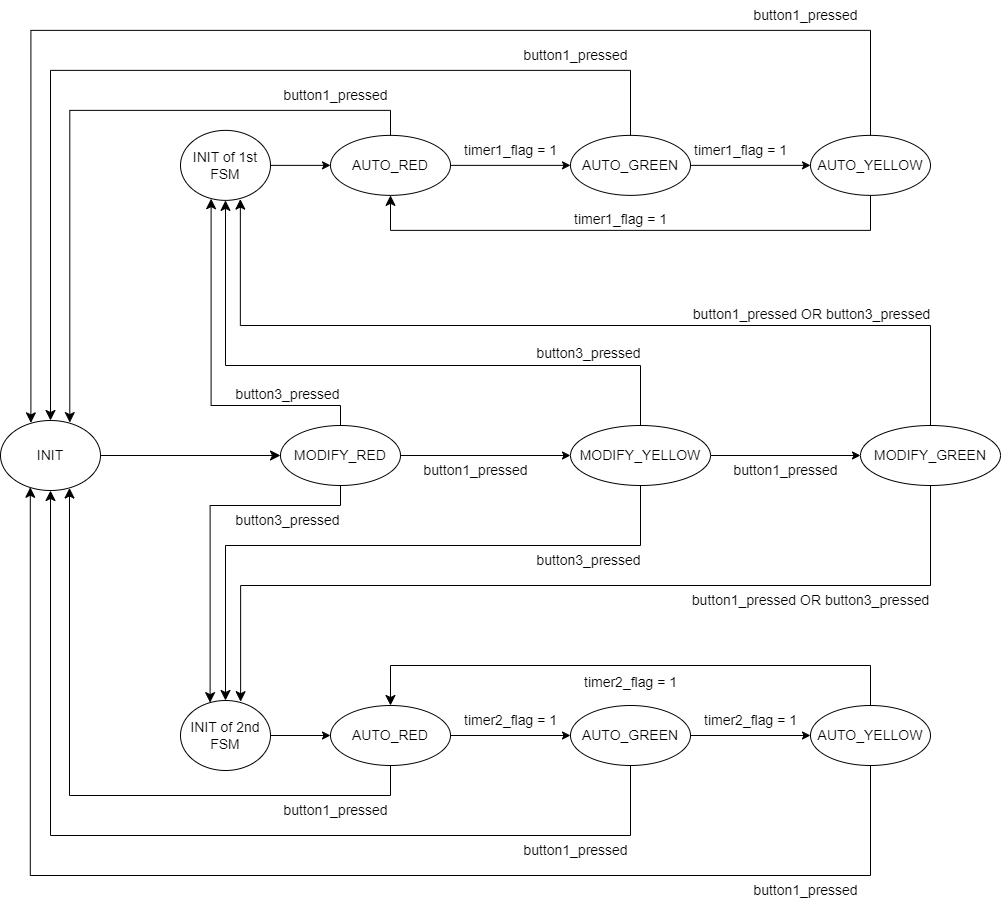
This is fsm-system.png from Germanyy0410/STM32_LAB3, a draw.io export, as it was before one commit. Source tidied: cells renumbered, new cells last; positions are measured from the earlier drawing's top-left corner, leaving out a move shared by most shapes.
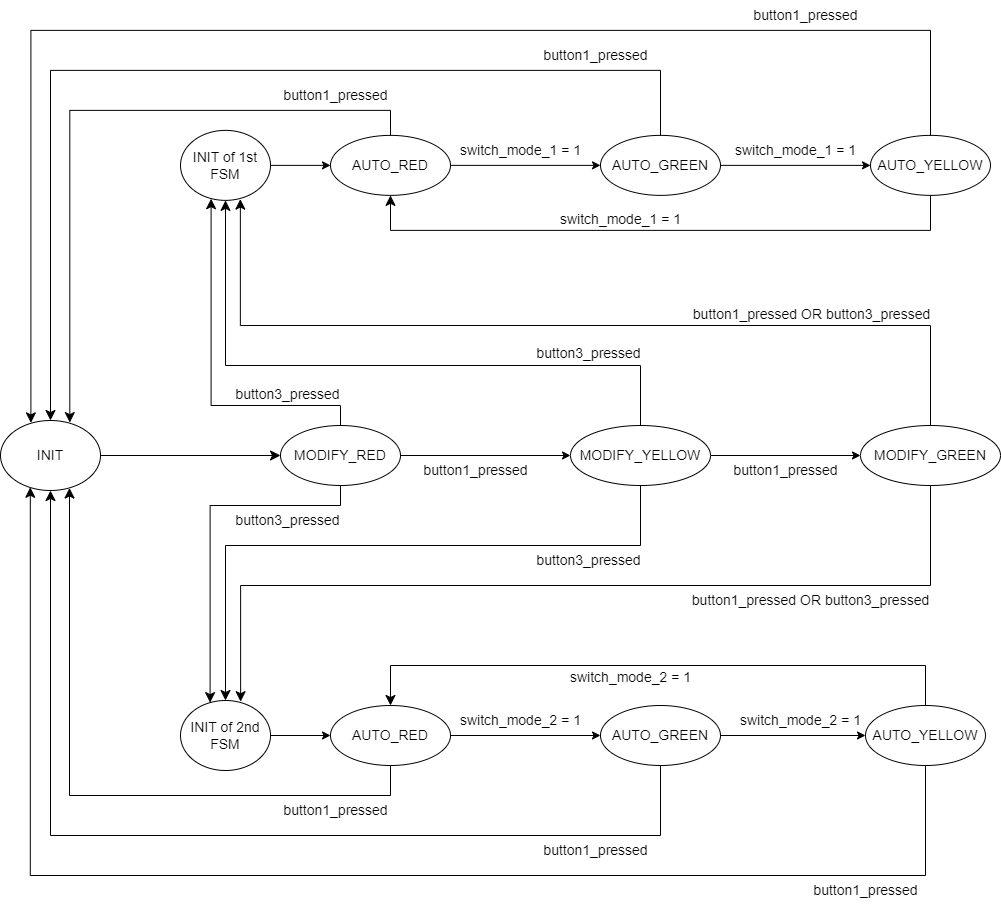
Later version of the same file.

Change to the diagram source:
```diff
@@ -12,10 +12,10 @@
       <mxGeometry relative="1" as="geometry" />
     </mxCell>
     <mxCell id="5" value="AUTO_GREEN" style="ellipse;whiteSpace=wrap;html=1;fontSize=14;" parent="1" vertex="1">
-      <mxGeometry x="570" y="174.9" width="120" height="60" as="geometry" />
+      <mxGeometry x="600" y="174.9" width="120" height="60" as="geometry" />
     </mxCell>
     <mxCell id="6" value="AUTO_YELLOW" style="ellipse;whiteSpace=wrap;html=1;fontSize=14;" parent="1" vertex="1">
-      <mxGeometry x="810" y="174.9" width="120" height="60" as="geometry" />
+      <mxGeometry x="870" y="174.9" width="120" height="60" as="geometry" />
     </mxCell>
     <mxCell id="7" style="edgeStyle=none;html=1;fontSize=14;" parent="1" edge="1" source="8" target="10">
       <mxGeometry relative="1" as="geometry" />
@@ -27,10 +27,10 @@
       <mxGeometry relative="1" as="geometry" />
     </mxCell>
     <mxCell id="10" value="AUTO_GREEN" style="ellipse;whiteSpace=wrap;html=1;fontSize=14;" parent="1" vertex="1">
-      <mxGeometry x="570" y="745" width="120" height="60" as="geometry" />
+      <mxGeometry x="600" y="745" width="120" height="60" as="geometry" />
     </mxCell>
     <mxCell id="11" value="AUTO_YELLOW" style="ellipse;whiteSpace=wrap;html=1;fontSize=14;" parent="1" vertex="1">
-      <mxGeometry x="810" y="745" width="120" height="60" as="geometry" />
+      <mxGeometry x="865" y="745" width="120" height="60" as="geometry" />
     </mxCell>
     <mxCell id="12" style="edgeStyle=none;html=1;fontSize=14;" parent="1" edge="1" source="13" target="3">
       <mxGeometry relative="1" as="geometry" />
@@ -47,17 +47,17 @@
     <mxCell id="16" value="INIT" style="ellipse;whiteSpace=wrap;html=1;fontSize=14;" parent="1" vertex="1">
       <mxGeometry y="460" width="100" height="70" as="geometry" />
     </mxCell>
-    <mxCell id="17" value="timer1_flag = 1" style="text;html=1;align=center;verticalAlign=middle;strokeColor=none;fillColor=none;fontSize=14;" parent="1" vertex="1">
-      <mxGeometry x="450" y="174.9" width="120" height="30" as="geometry" />
+    <mxCell id="17" value="switch_mode_1 = 1" style="text;html=1;align=center;verticalAlign=middle;strokeColor=none;fillColor=none;fontSize=14;" parent="1" vertex="1">
+      <mxGeometry x="450" y="174.9" width="140" height="30" as="geometry" />
     </mxCell>
-    <mxCell id="18" value="timer1_flag = 1" style="text;html=1;align=center;verticalAlign=middle;strokeColor=none;fillColor=none;fontSize=14;" parent="1" vertex="1">
-      <mxGeometry x="680" y="174.9" width="120" height="30" as="geometry" />
+    <mxCell id="18" value="switch_mode_1 = 1" style="text;html=1;align=center;verticalAlign=middle;strokeColor=none;fillColor=none;fontSize=14;" parent="1" vertex="1">
+      <mxGeometry x="725" y="174.9" width="140" height="30" as="geometry" />
     </mxCell>
-    <mxCell id="19" value="timer2_flag = 1" style="text;html=1;align=center;verticalAlign=middle;strokeColor=none;fillColor=none;fontSize=14;" parent="1" vertex="1">
-      <mxGeometry x="450" y="745" width="120" height="30" as="geometry" />
+    <mxCell id="19" value="switch_mode_2 = 1" style="text;html=1;align=center;verticalAlign=middle;strokeColor=none;fillColor=none;fontSize=14;" parent="1" vertex="1">
+      <mxGeometry x="450" y="745" width="140" height="30" as="geometry" />
     </mxCell>
-    <mxCell id="20" value="timer2_flag = 1" style="text;html=1;align=center;verticalAlign=middle;strokeColor=none;fillColor=none;fontSize=14;" parent="1" vertex="1">
-      <mxGeometry x="690" y="745" width="120" height="30" as="geometry" />
+    <mxCell id="20" value="switch_mode_2 = 1" style="text;html=1;align=center;verticalAlign=middle;strokeColor=none;fillColor=none;fontSize=14;" parent="1" vertex="1">
+      <mxGeometry x="730" y="745" width="140" height="30" as="geometry" />
     </mxCell>
     <mxCell id="21" style="edgeStyle=elbowEdgeStyle;elbow=vertical;endArrow=classic;html=1;curved=0;rounded=0;endSize=8;startSize=8;fontSize=14;exitX=0.5;exitY=1;exitDx=0;exitDy=0;entryX=0.5;entryY=1;entryDx=0;entryDy=0;" parent="1" edge="1" source="6" target="3">
       <mxGeometry relative="1" as="geometry">
@@ -66,8 +66,8 @@
         </Array>
       </mxGeometry>
     </mxCell>
-    <mxCell id="22" value="timer1_flag = 1" style="text;html=1;align=center;verticalAlign=middle;strokeColor=none;fillColor=none;fontSize=14;" parent="1" vertex="1">
-      <mxGeometry x="560" y="243.9" width="120" height="30" as="geometry" />
+    <mxCell id="22" value="switch_mode_1 = 1" style="text;html=1;align=center;verticalAlign=middle;strokeColor=none;fillColor=none;fontSize=14;" parent="1" vertex="1">
+      <mxGeometry x="550" y="243.9" width="140" height="30" as="geometry" />
     </mxCell>
     <mxCell id="23" style="edgeStyle=elbowEdgeStyle;elbow=vertical;endArrow=classic;html=1;curved=0;rounded=0;endSize=8;startSize=8;fontSize=14;exitX=0.5;exitY=0;exitDx=0;exitDy=0;entryX=0.5;entryY=0;entryDx=0;entryDy=0;" parent="1" edge="1" source="11" target="8">
       <mxGeometry relative="1" as="geometry">
@@ -76,8 +76,8 @@
         </Array>
       </mxGeometry>
     </mxCell>
-    <mxCell id="24" value="timer2_flag = 1" style="text;html=1;align=center;verticalAlign=middle;strokeColor=none;fillColor=none;fontSize=14;" parent="1" vertex="1">
-      <mxGeometry x="570" y="707" width="120" height="30" as="geometry" />
+    <mxCell id="24" value="switch_mode_2 = 1" style="text;html=1;align=center;verticalAlign=middle;strokeColor=none;fillColor=none;fontSize=14;" parent="1" vertex="1">
+      <mxGeometry x="560" y="702" width="140" height="30" as="geometry" />
     </mxCell>
     <mxCell id="25" style="edgeStyle=elbowEdgeStyle;elbow=vertical;endArrow=classic;html=1;curved=0;rounded=0;endSize=8;startSize=8;fontSize=14;exitX=0.5;exitY=0;exitDx=0;exitDy=0;entryX=0.304;entryY=0.034;entryDx=0;entryDy=0;entryPerimeter=0;" parent="1" edge="1" source="6" target="16">
       <mxGeometry relative="1" as="geometry">
@@ -107,7 +107,7 @@
       <mxGeometry x="740" y="39.9" width="130" height="30" as="geometry" />
     </mxCell>
     <mxCell id="29" value="button1_pressed" style="text;html=1;align=center;verticalAlign=middle;strokeColor=none;fillColor=none;fontSize=14;" parent="1" vertex="1">
-      <mxGeometry x="510" y="79.9" width="130" height="30" as="geometry" />
+      <mxGeometry x="530" y="79.9" width="130" height="30" as="geometry" />
     </mxCell>
     <mxCell id="30" value="button1_pressed" style="text;html=1;align=center;verticalAlign=middle;strokeColor=none;fillColor=none;fontSize=14;" parent="1" vertex="1">
       <mxGeometry x="270" y="119.9" width="130" height="30" as="geometry" />
@@ -135,10 +135,10 @@
       </mxGeometry>
     </mxCell>
     <mxCell id="34" value="button1_pressed" style="text;html=1;align=center;verticalAlign=middle;strokeColor=none;fillColor=none;fontSize=14;" parent="1" vertex="1">
-      <mxGeometry x="740" y="915" width="130" height="30" as="geometry" />
+      <mxGeometry x="800" y="915" width="130" height="30" as="geometry" />
     </mxCell>
     <mxCell id="35" value="button1_pressed" style="text;html=1;align=center;verticalAlign=middle;strokeColor=none;fillColor=none;fontSize=14;" parent="1" vertex="1">
-      <mxGeometry x="510" y="875" width="130" height="30" as="geometry" />
+      <mxGeometry x="530" y="875" width="130" height="30" as="geometry" />
     </mxCell>
     <mxCell id="36" value="button1_pressed" style="text;html=1;align=center;verticalAlign=middle;strokeColor=none;fillColor=none;fontSize=14;" parent="1" vertex="1">
       <mxGeometry x="270" y="835" width="130" height="30" as="geometry" />
```
